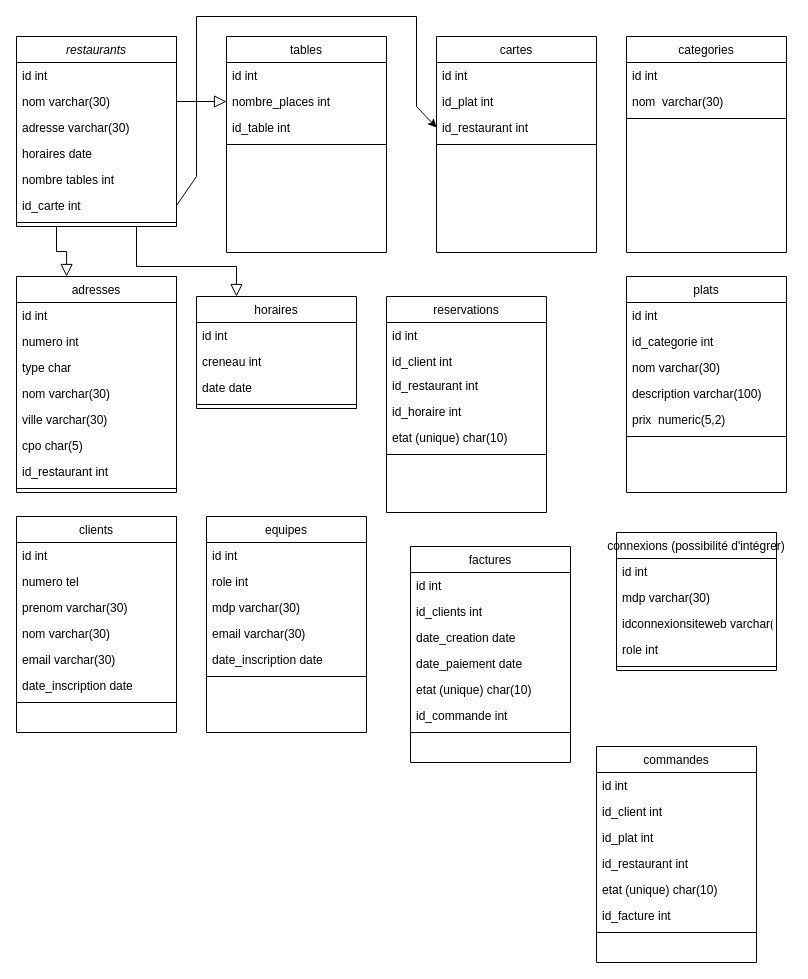
Earlier version of the draw.io diagram TPFilRouge.drawio (Owrow/ProjetFilRouge). Source tidied: cells renumbered, new cells numbered last; positions are measured from the earlier drawing's top-left corner, leaving out a move shared by most shapes. Both pictures are drawn from the tidied source at 100%, with x=0, y=0 at pixel (16, 16).
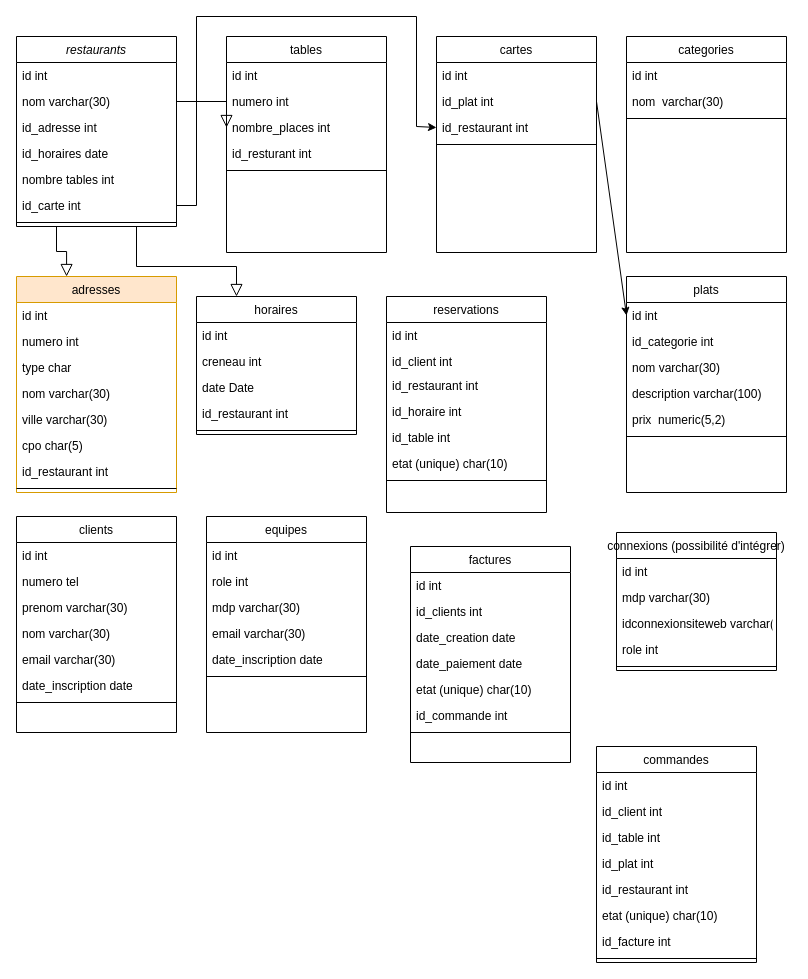
The same page after the edit.

Commit message (it also covers changes not shown here):
Mettre à jour TPFilRouge.drawio

The change refers to these unchanged cells:
```xml
<mxCell id="2" value="restaurants" style="swimlane;fontStyle=2;align=center;verticalAlign=top;horizontal=1;startSize=26;rounded=0;shadow=0;strokeWidth=1;" parent="1" vertex="1">
  <mxGeometry y="20" width="160" height="190" as="geometry" />
</mxCell>
<mxCell id="8" value="id_carte int" style="text;align=left;verticalAlign=top;spacingLeft=4;spacingRight=4;overflow=hidden;points=[[0,0.5],[1,0.5]];portConstraint=eastwest;rounded=0;shadow=0;html=0;" parent="2" vertex="1">
  <mxGeometry y="156" width="160" height="26" as="geometry" />
</mxCell>
<mxCell id="26" value="tables" style="swimlane;fontStyle=0;align=center;verticalAlign=top;horizontal=1;startSize=26;rounded=0;shadow=0;strokeWidth=1;" parent="1" vertex="1">
  <mxGeometry x="210" y="20" width="160" height="216" as="geometry" />
</mxCell>
<mxCell id="33" value="id_plat int" style="text;align=left;verticalAlign=top;spacingLeft=4;spacingRight=4;overflow=hidden;points=[[0,0.5],[1,0.5]];portConstraint=eastwest;rounded=0;shadow=0;html=0;" parent="31" vertex="1">
  <mxGeometry y="52" width="160" height="26" as="geometry" />
</mxCell>
<mxCell id="34" value="id_restaurant int" style="text;align=left;verticalAlign=top;spacingLeft=4;spacingRight=4;overflow=hidden;points=[[0,0.5],[1,0.5]];portConstraint=eastwest;rounded=0;shadow=0;html=0;" parent="31" vertex="1">
  <mxGeometry y="78" width="160" height="26" as="geometry" />
</mxCell>
<mxCell id="41" value="id int" style="text;align=left;verticalAlign=top;spacingLeft=4;spacingRight=4;overflow=hidden;points=[[0,0.5],[1,0.5]];portConstraint=eastwest;rounded=0;shadow=0;html=0;" parent="40" vertex="1">
  <mxGeometry y="26" width="160" height="26" as="geometry" />
</mxCell>
<mxCell id="68" value="reservations" style="swimlane;fontStyle=0;align=center;verticalAlign=top;horizontal=1;startSize=26;rounded=0;shadow=0;strokeWidth=1;" parent="1" vertex="1">
  <mxGeometry x="370" y="280" width="160" height="216" as="geometry" />
</mxCell>
<mxCell id="83" value="commandes" style="swimlane;fontStyle=0;align=center;verticalAlign=top;horizontal=1;startSize=26;rounded=0;shadow=0;strokeWidth=1;" parent="1" vertex="1">
  <mxGeometry x="580" y="730" width="160" height="216" as="geometry" />
</mxCell>
```

The edit, as a diff of the source:
```diff
@@
-    <mxCell id="5" value="adresse varchar(30)" style="text;align=left;verticalAlign=top;spacingLeft=4;spacingRight=4;overflow=hidden;rounded=0;shadow=0;html=0;" parent="2" vertex="1">
+    <mxCell id="5" value="id_adresse int" style="text;align=left;verticalAlign=top;spacingLeft=4;spacingRight=4;overflow=hidden;rounded=0;shadow=0;html=0;" parent="2" vertex="1">
       <mxGeometry y="78" width="160" height="26" as="geometry" />
     </mxCell>
-    <mxCell id="6" value="horaires date" style="text;align=left;verticalAlign=top;spacingLeft=4;spacingRight=4;overflow=hidden;points=[[0,0.5],[1,0.5]];portConstraint=eastwest;rounded=0;shadow=0;html=0;" parent="2" vertex="1">
+    <mxCell id="6" value="id_horaires date" style="text;align=left;verticalAlign=top;spacingLeft=4;spacingRight=4;overflow=hidden;points=[[0,0.5],[1,0.5]];portConstraint=eastwest;rounded=0;shadow=0;html=0;" parent="2" vertex="1">
       <mxGeometry y="104" width="160" height="26" as="geometry" />
     </mxCell>
@@
-    <mxCell id="10" value="adresses" style="swimlane;fontStyle=0;align=center;verticalAlign=top;horizontal=1;startSize=26;rounded=0;shadow=0;strokeWidth=1;" parent="1" vertex="1">
+    <mxCell id="10" value="adresses" style="swimlane;fontStyle=0;align=center;verticalAlign=top;horizontal=1;startSize=26;rounded=0;shadow=0;strokeWidth=1;fillColor=#ffe6cc;strokeColor=#d79b00;" parent="1" vertex="1">
       <mxGeometry y="260" width="160" height="216" as="geometry" />
     </mxCell>
@@
     <mxCell id="20" value="horaires" style="swimlane;fontStyle=0;align=center;verticalAlign=top;horizontal=1;startSize=26;rounded=0;shadow=0;strokeWidth=1;" parent="1" vertex="1">
-      <mxGeometry x="180" y="280" width="160" height="112" as="geometry" />
+      <mxGeometry x="180" y="280" width="160" height="138" as="geometry" />
     </mxCell>
@@
-    <mxCell id="23" value="date date" style="text;align=left;verticalAlign=top;spacingLeft=4;spacingRight=4;overflow=hidden;" parent="20" vertex="1">
+    <mxCell id="23" value="date Date" style="text;align=left;verticalAlign=top;spacingLeft=4;spacingRight=4;overflow=hidden;" parent="20" vertex="1">
       <mxGeometry y="78" width="160" height="26" as="geometry" />
     </mxCell>
+    <mxCell id="93" value="id_restaurant int" style="text;align=left;verticalAlign=top;spacingLeft=4;spacingRight=4;overflow=hidden;rounded=0;shadow=0;html=0;" parent="20" vertex="1">
+      <mxGeometry y="104" width="160" height="26" as="geometry" />
+    </mxCell>
     <mxCell id="24" style="line;html=1;strokeWidth=1;align=left;verticalAlign=middle;spacingTop=-1;spacingLeft=3;spacingRight=3;labelPosition=right;" parent="20" vertex="1">
-      <mxGeometry y="104" width="160" height="8" as="geometry" />
+      <mxGeometry y="130" width="160" height="8" as="geometry" />
     </mxCell>
@@
+    <mxCell id="94" value="numero int" style="text;align=left;verticalAlign=top;spacingLeft=4;spacingRight=4;overflow=hidden;rounded=0;shadow=0;html=0;" parent="26" vertex="1">
+      <mxGeometry y="52" width="160" height="26" as="geometry" />
+    </mxCell>
     <mxCell id="28" value="nombre_places int" style="text;align=left;verticalAlign=top;spacingLeft=4;spacingRight=4;overflow=hidden;points=[[0,0.5],[1,0.5]];portConstraint=eastwest;rounded=0;shadow=0;html=0;" parent="26" vertex="1">
-      <mxGeometry y="52" width="160" height="26" as="geometry" />
+      <mxGeometry y="78" width="160" height="26" as="geometry" />
     </mxCell>
-    <mxCell id="29" value="id_table int" style="text;align=left;verticalAlign=top;spacingLeft=4;spacingRight=4;overflow=hidden;rounded=0;shadow=0;html=0;" parent="26" vertex="1">
-      <mxGeometry y="78" width="160" height="26" as="geometry" />
+    <mxCell id="29" value="id_resturant int" style="text;align=left;verticalAlign=top;spacingLeft=4;spacingRight=4;overflow=hidden;rounded=0;shadow=0;html=0;" parent="26" vertex="1">
+      <mxGeometry y="104" width="160" height="26" as="geometry" />
     </mxCell>
     <mxCell id="30" style="line;html=1;strokeWidth=1;align=left;verticalAlign=middle;spacingTop=-1;spacingLeft=3;spacingRight=3;labelPosition=right;" parent="26" vertex="1">
-      <mxGeometry y="104" width="160" height="8" as="geometry" />
+      <mxGeometry y="130" width="160" height="8" as="geometry" />
     </mxCell>
@@
+    <mxCell id="95" value="id_table int" style="text;align=left;verticalAlign=top;spacingLeft=4;spacingRight=4;overflow=hidden;rounded=0;shadow=0;html=0;" parent="68" vertex="1">
+      <mxGeometry y="128" width="160" height="26" as="geometry" />
+    </mxCell>
     <mxCell id="73" value="etat (unique) char(10)" style="text;align=left;verticalAlign=top;spacingLeft=4;spacingRight=4;overflow=hidden;rounded=0;shadow=0;html=0;" parent="68" vertex="1">
-      <mxGeometry y="128" width="160" height="26" as="geometry" />
+      <mxGeometry y="154" width="160" height="26" as="geometry" />
     </mxCell>
     <mxCell id="74" style="line;html=1;strokeWidth=1;align=left;verticalAlign=middle;spacingTop=-1;spacingLeft=3;spacingRight=3;labelPosition=right;" parent="68" vertex="1">
-      <mxGeometry y="154" width="160" height="8" as="geometry" />
+      <mxGeometry y="180" width="160" height="8" as="geometry" />
     </mxCell>
@@
+    <mxCell id="96" value="id_table int" style="text;align=left;verticalAlign=top;spacingLeft=4;spacingRight=4;overflow=hidden;rounded=0;shadow=0;html=0;" parent="83" vertex="1">
+      <mxGeometry y="78" width="160" height="26" as="geometry" />
+    </mxCell>
     <mxCell id="86" value="id_plat int" style="text;align=left;verticalAlign=top;spacingLeft=4;spacingRight=4;overflow=hidden;rounded=0;shadow=0;html=0;" parent="83" vertex="1">
-      <mxGeometry y="78" width="160" height="26" as="geometry" />
+      <mxGeometry y="104" width="160" height="26" as="geometry" />
     </mxCell>
     <mxCell id="87" value="id_restaurant int" style="text;align=left;verticalAlign=top;spacingLeft=4;spacingRight=4;overflow=hidden;rounded=0;shadow=0;html=0;" parent="83" vertex="1">
-      <mxGeometry y="104" width="160" height="26" as="geometry" />
+      <mxGeometry y="130" width="160" height="26" as="geometry" />
     </mxCell>
     <mxCell id="88" value="etat (unique) char(10)" style="text;align=left;verticalAlign=top;spacingLeft=4;spacingRight=4;overflow=hidden;rounded=0;shadow=0;html=0;" parent="83" vertex="1">
-      <mxGeometry y="130" width="160" height="26" as="geometry" />
+      <mxGeometry y="156" width="160" height="26" as="geometry" />
     </mxCell>
     <mxCell id="89" value="id_facture int" style="text;align=left;verticalAlign=top;spacingLeft=4;spacingRight=4;overflow=hidden;rounded=0;shadow=0;html=0;" parent="83" vertex="1">
-      <mxGeometry y="156" width="160" height="26" as="geometry" />
+      <mxGeometry y="182" width="160" height="26" as="geometry" />
     </mxCell>
     <mxCell id="90" style="line;html=1;strokeWidth=1;align=left;verticalAlign=middle;spacingTop=-1;spacingLeft=3;spacingRight=3;labelPosition=right;" parent="83" vertex="1">
-      <mxGeometry y="182" width="160" height="8" as="geometry" />
+      <mxGeometry y="208" width="160" height="8" as="geometry" />
     </mxCell>
@@
     <mxCell id="92" style="endArrow=classic;html=1;rounded=0;entryX=0;entryY=0.5;entryDx=0;entryDy=0;exitX=1;exitY=0.5;exitDx=0;exitDy=0;exitPerimeter=0;" parent="1" edge="1" source="8" target="34">
       <mxGeometry relative="1" as="geometry">
         <Array as="points">
-          <mxPoint x="180" y="160" />
+          <mxPoint x="180" y="189" />
           <mxPoint x="180" />
           <mxPoint x="400" />
-          <mxPoint x="400" y="90" />
+          <mxPoint x="400" y="110" />
         </Array>
       </mxGeometry>
     </mxCell>
+    <mxCell id="97" style="endArrow=classic;html=1;rounded=0;exitX=1;exitY=0.5;exitDx=0;exitDy=0;entryX=0;entryY=0.5;entryDx=0;entryDy=0;" parent="1" edge="1" source="33" target="41">
+      <mxGeometry relative="1" as="geometry" />
+    </mxCell>
```
